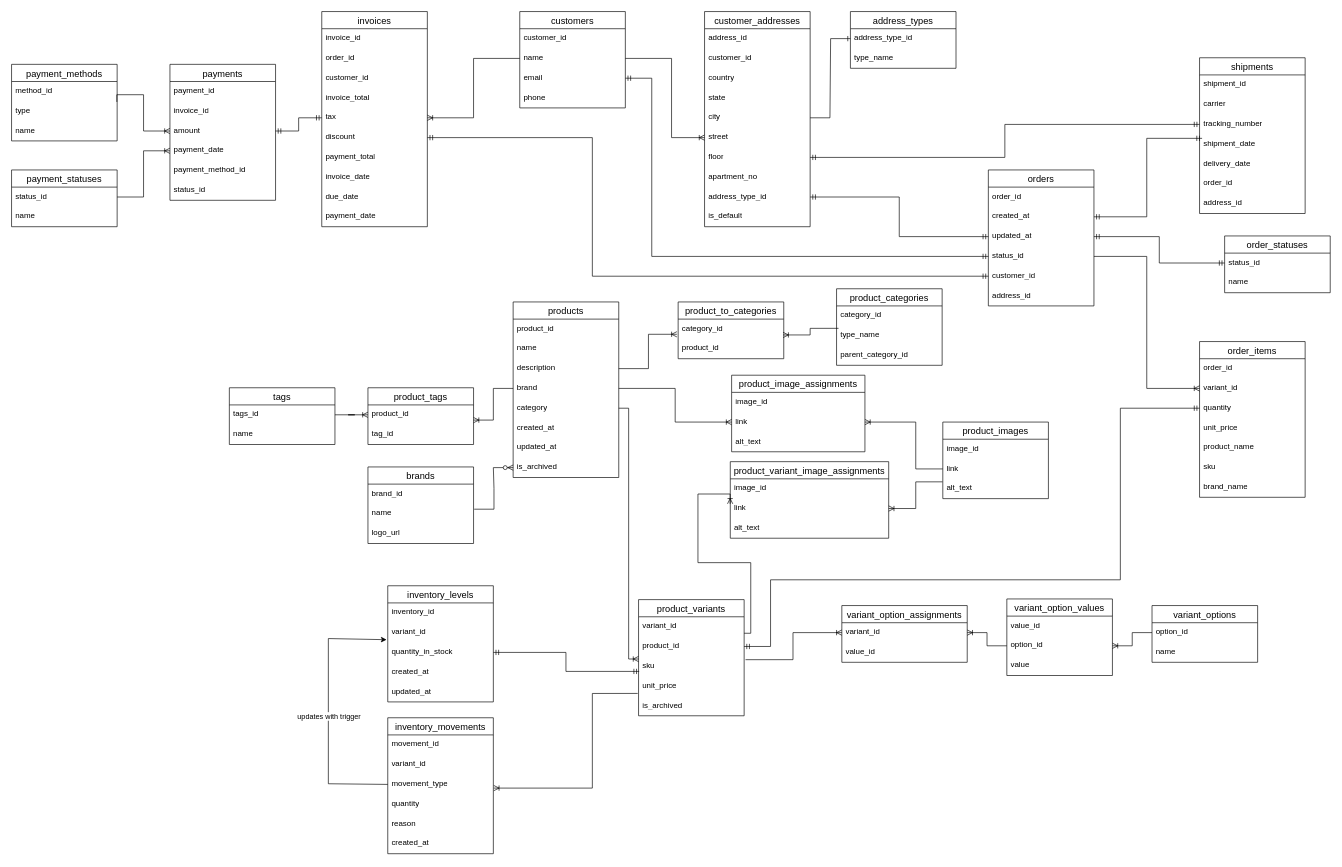
The draw.io diagram diagrams/my-store-db.drawio in venelinpetrov/db-my-store, before the edit. Source tidied: cells renumbered, new cells numbered last; positions are measured from the earlier drawing's top-left corner, leaving out a move shared by most shapes. Both pictures are drawn from the tidied source at 66%, with x=0, y=0 at pixel (11, 11).
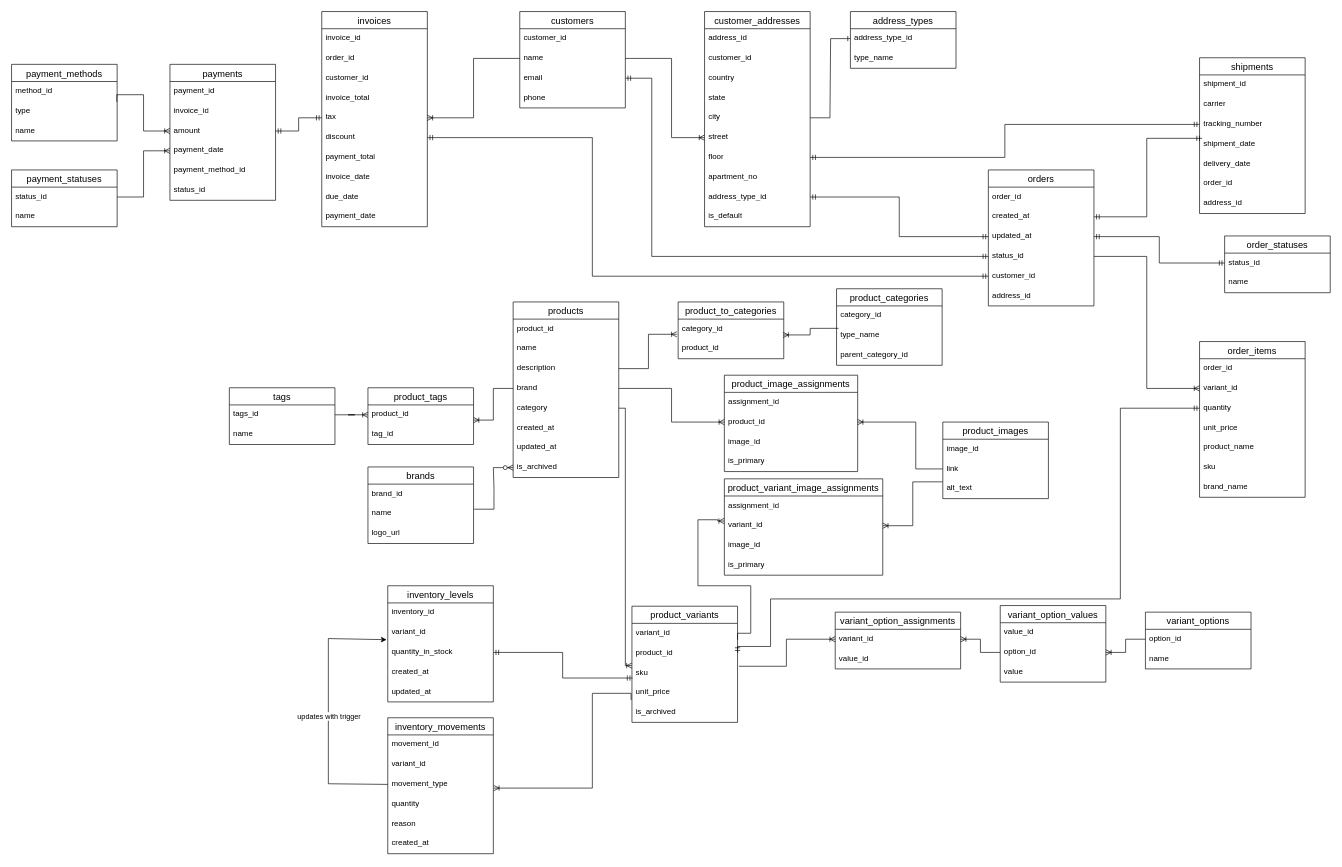
The same page after the edit.

Commit message (it also covers changes not shown here):
Update schema with surrogate keys

Unchanged cells that the change refers to:
```xml
<mxCell id="41" value="variant_id" style="text;strokeColor=none;fillColor=none;spacingLeft=4;spacingRight=4;overflow=hidden;points=[[0,0.5],[1,0.5]];portConstraint=eastwest;fontSize=12;whiteSpace=wrap;html=1;" parent="40" vertex="1">
  <mxGeometry y="26" width="160" height="30" as="geometry" />
</mxCell>
<mxCell id="42" value="product_id" style="text;strokeColor=none;fillColor=none;spacingLeft=4;spacingRight=4;overflow=hidden;points=[[0,0.5],[1,0.5]];portConstraint=eastwest;fontSize=12;whiteSpace=wrap;html=1;" parent="40" vertex="1">
  <mxGeometry y="56" width="160" height="30" as="geometry" />
</mxCell>
<mxCell id="81" value="quantity" style="text;strokeColor=none;fillColor=none;spacingLeft=4;spacingRight=4;overflow=hidden;points=[[0,0.5],[1,0.5]];portConstraint=eastwest;fontSize=12;whiteSpace=wrap;html=1;" parent="78" vertex="1">
  <mxGeometry y="86" width="160" height="30" as="geometry" />
</mxCell>
```

Diff of the diagram source:
```diff
@@
     <mxCell id="40" value="product_variants" style="swimlane;fontStyle=0;horizontal=1;startSize=26;align=center;fontSize=14;" parent="1" vertex="1">
-      <mxGeometry x="950" y="891" width="160" height="176" as="geometry" />
+      <mxGeometry x="940" y="901" width="160" height="176" as="geometry" />
     </mxCell>
@@
     <mxCell id="47" value="variant_options" style="swimlane;fontStyle=0;horizontal=1;startSize=26;align=center;fontSize=14;" parent="1" vertex="1">
-      <mxGeometry x="1728" y="900" width="160" height="86" as="geometry" />
+      <mxGeometry x="1718" y="910" width="160" height="86" as="geometry" />
     </mxCell>
@@
     <mxCell id="50" value="variant_option_values" style="swimlane;fontStyle=0;horizontal=1;startSize=26;align=center;fontSize=14;" parent="1" vertex="1">
-      <mxGeometry x="1508" y="890" width="160" height="116" as="geometry" />
+      <mxGeometry x="1498" y="900" width="160" height="116" as="geometry" />
     </mxCell>
@@
     <mxCell id="54" value="variant_option_assignments" style="swimlane;fontStyle=0;horizontal=1;startSize=26;align=center;fontSize=14;" parent="1" vertex="1">
-      <mxGeometry x="1258" y="900" width="190" height="86" as="geometry" />
+      <mxGeometry x="1248" y="910" width="190" height="86" as="geometry" />
     </mxCell>
@@
     <mxCell id="58" style="edgeStyle=orthogonalEdgeStyle;fontSize=12;html=1;endArrow=ERoneToMany;rounded=0;exitX=1;exitY=0.833;exitDx=0;exitDy=0;exitPerimeter=0;entryX=-0.001;entryY=0.263;entryDx=0;entryDy=0;entryPerimeter=0;" parent="1" edge="1" source="41" target="167">
       <mxGeometry relative="1" as="geometry">
         <Array as="points">
+          <mxPoint x="1100" y="942" />
           <mxPoint x="1120" y="942" />
-          <mxPoint x="1120" y="835" />
-          <mxPoint x="1040" y="835" />
-          <mxPoint x="1040" y="731" />
+          <mxPoint x="1120" y="870" />
+          <mxPoint x="1040" y="870" />
+          <mxPoint x="1040" y="770" />
+          <mxPoint x="1070" y="770" />
+          <mxPoint x="1070" y="772" />
         </Array>
       </mxGeometry>
     </mxCell>
@@
     <mxCell id="87" style="edgeStyle=orthogonalEdgeStyle;fontSize=12;html=1;endArrow=ERmandOne;startArrow=ERmandOne;rounded=0;exitX=1;exitY=0.5;exitDx=0;exitDy=0;entryX=0;entryY=0.5;entryDx=0;entryDy=0;" parent="1" edge="1" source="42" target="81">
       <mxGeometry relative="1" as="geometry">
         <Array as="points">
+          <mxPoint x="1100" y="962" />
           <mxPoint x="1150" y="962" />
-          <mxPoint x="1150" y="861" />
-          <mxPoint x="1680" y="861" />
+          <mxPoint x="1150" y="890" />
+          <mxPoint x="1680" y="890" />
           <mxPoint x="1680" y="601" />
         </Array>
       </mxGeometry>
     </mxCell>
@@
     <mxCell id="159" value="product_image_assignments" style="swimlane;fontStyle=0;horizontal=1;startSize=26;align=center;fontSize=14;" parent="1" vertex="1">
-      <mxGeometry x="1091" y="551" width="202" height="116" as="geometry" />
+      <mxGeometry x="1080" y="551" width="202" height="146" as="geometry" />
     </mxCell>
-    <mxCell id="160" value="image_id" style="text;strokeColor=none;fillColor=none;spacingLeft=4;spacingRight=4;overflow=hidden;fontSize=12;whiteSpace=wrap;html=1;" parent="159" vertex="1">
+    <mxCell id="160" value="assignment_id" style="text;strokeColor=none;fillColor=none;spacingLeft=4;spacingRight=4;overflow=hidden;fontSize=12;whiteSpace=wrap;html=1;" parent="159" vertex="1">
       <mxGeometry y="26" width="202" height="30" as="geometry" />
     </mxCell>
-    <mxCell id="161" value="link" style="text;strokeColor=none;fillColor=none;spacingLeft=4;spacingRight=4;overflow=hidden;points=[[0,0.5],[1,0.5]];portConstraint=eastwest;fontSize=12;whiteSpace=wrap;html=1;" parent="159" vertex="1">
+    <mxCell id="161" value="product_id" style="text;strokeColor=none;fillColor=none;spacingLeft=4;spacingRight=4;overflow=hidden;points=[[0,0.5],[1,0.5]];portConstraint=eastwest;fontSize=12;whiteSpace=wrap;html=1;" parent="159" vertex="1">
       <mxGeometry y="56" width="202" height="30" as="geometry" />
     </mxCell>
-    <mxCell id="162" value="alt_text" style="text;strokeColor=none;fillColor=none;spacingLeft=4;spacingRight=4;overflow=hidden;fontSize=12;whiteSpace=wrap;html=1;" parent="159" vertex="1">
+    <mxCell id="162" value="image_id" style="text;strokeColor=none;fillColor=none;spacingLeft=4;spacingRight=4;overflow=hidden;fontSize=12;whiteSpace=wrap;html=1;" parent="159" vertex="1">
       <mxGeometry y="86" width="202" height="30" as="geometry" />
     </mxCell>
+    <mxCell id="170" value="is_primary" style="text;strokeColor=none;fillColor=none;spacingLeft=4;spacingRight=4;overflow=hidden;fontSize=12;whiteSpace=wrap;html=1;" parent="159" vertex="1">
+      <mxGeometry y="116" width="202" height="30" as="geometry" />
+    </mxCell>
@@
     <mxCell id="165" value="product_variant_image_assignments" style="swimlane;fontStyle=0;horizontal=1;startSize=26;align=center;fontSize=14;" parent="1" vertex="1">
-      <mxGeometry x="1089" y="682" width="240" height="116" as="geometry" />
+      <mxGeometry x="1080" y="708" width="240" height="146" as="geometry" />
     </mxCell>
-    <mxCell id="166" value="image_id" style="text;strokeColor=none;fillColor=none;spacingLeft=4;spacingRight=4;overflow=hidden;fontSize=12;whiteSpace=wrap;html=1;" parent="165" vertex="1">
+    <mxCell id="166" value="assignment_id" style="text;strokeColor=none;fillColor=none;spacingLeft=4;spacingRight=4;overflow=hidden;fontSize=12;whiteSpace=wrap;html=1;" parent="165" vertex="1">
       <mxGeometry y="26" width="240" height="30" as="geometry" />
     </mxCell>
-    <mxCell id="167" value="link" style="text;strokeColor=none;fillColor=none;spacingLeft=4;spacingRight=4;overflow=hidden;points=[[0,0.5],[1,0.5]];portConstraint=eastwest;fontSize=12;whiteSpace=wrap;html=1;" parent="165" vertex="1">
+    <mxCell id="167" value="variant_id" style="text;strokeColor=none;fillColor=none;spacingLeft=4;spacingRight=4;overflow=hidden;points=[[0,0.5],[1,0.5]];portConstraint=eastwest;fontSize=12;whiteSpace=wrap;html=1;" parent="165" vertex="1">
       <mxGeometry y="56" width="240" height="30" as="geometry" />
     </mxCell>
-    <mxCell id="168" value="alt_text" style="text;strokeColor=none;fillColor=none;spacingLeft=4;spacingRight=4;overflow=hidden;fontSize=12;whiteSpace=wrap;html=1;" parent="165" vertex="1">
+    <mxCell id="168" value="image_id" style="text;strokeColor=none;fillColor=none;spacingLeft=4;spacingRight=4;overflow=hidden;fontSize=12;whiteSpace=wrap;html=1;" parent="165" vertex="1">
       <mxGeometry y="86" width="240" height="30" as="geometry" />
     </mxCell>
+    <mxCell id="171" value="is_primary" style="text;strokeColor=none;fillColor=none;spacingLeft=4;spacingRight=4;overflow=hidden;fontSize=12;whiteSpace=wrap;html=1;" parent="165" vertex="1">
+      <mxGeometry y="116" width="240" height="30" as="geometry" />
+    </mxCell>
```
